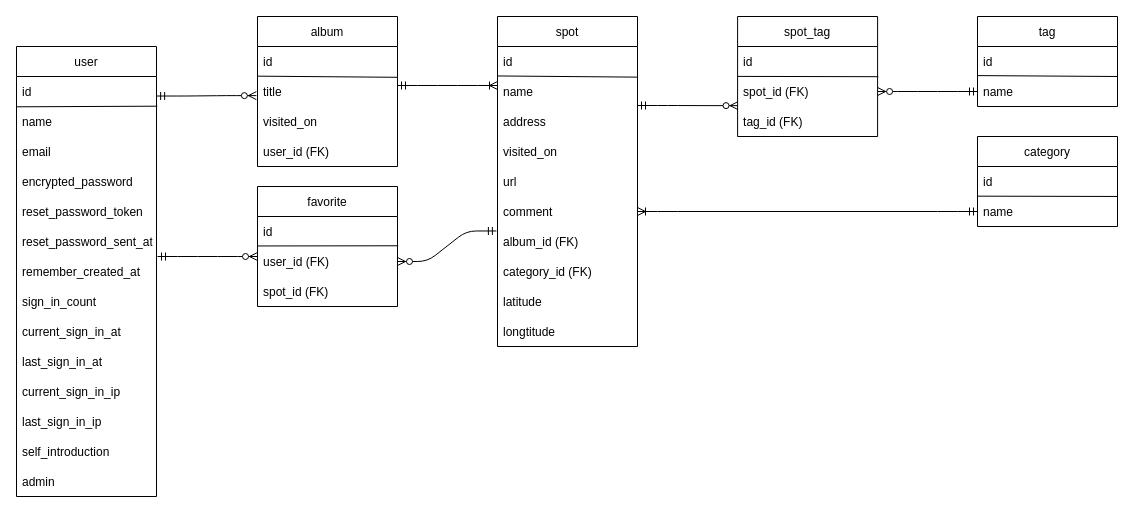
Earlier version of the draw.io diagram page "ERD" (1 of 3) of er.dio (aynminoa/original_app). Source tidied: cells renumbered, new cells numbered last; positions are measured from the earlier drawing's top-left corner, leaving out a move shared by most shapes. Both pictures are drawn from the tidied source at 100%, with x=0, y=0 at pixel (16, 16).
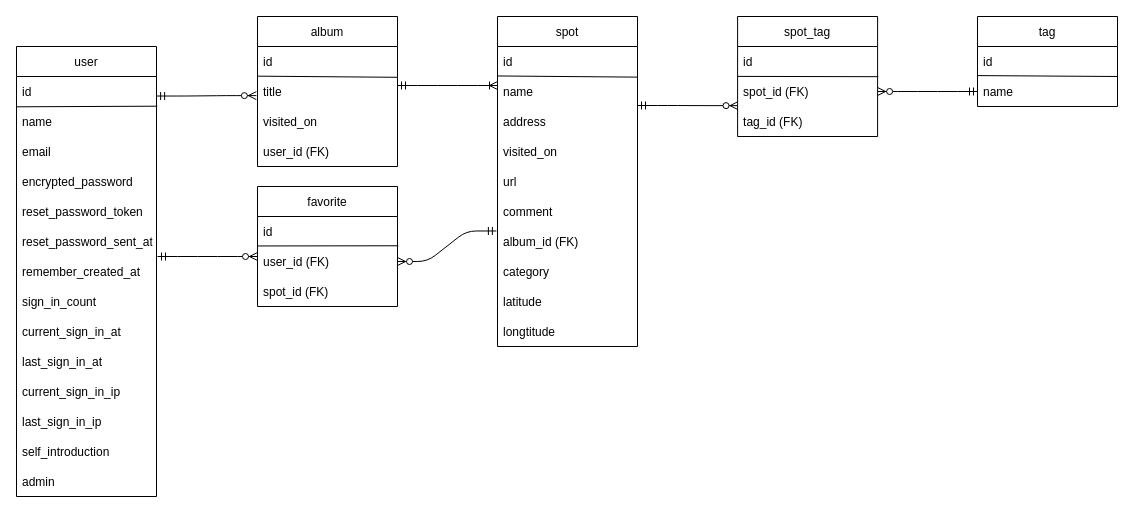
The same page after the edit.

Unchanged cells that the change refers to:
```xml
<mxCell id="18" value="spot" style="swimlane;fontStyle=0;horizontal=1;startSize=30;" parent="1" vertex="1">
  <mxGeometry x="481" width="140" height="330" as="geometry" />
</mxCell>
<mxCell id="24" value="comment" style="text;strokeColor=none;fillColor=none;align=left;verticalAlign=middle;spacingLeft=4;spacingRight=4;overflow=hidden;points=[[0,0.5],[1,0.5]];portConstraint=eastwest;" parent="18" vertex="1">
  <mxGeometry y="180" width="140" height="30" as="geometry" />
</mxCell>
```

Diff of the diagram source:
```diff
@@
-    <mxCell id="26" value="category_id (FK)" style="text;strokeColor=none;fillColor=none;align=left;verticalAlign=middle;spacingLeft=4;spacingRight=4;overflow=hidden;" parent="18" vertex="1">
+    <mxCell id="26" value="category" style="text;strokeColor=none;fillColor=none;align=left;verticalAlign=middle;spacingLeft=4;spacingRight=4;overflow=hidden;" parent="18" vertex="1">
       <mxGeometry y="240" width="140" height="30" as="geometry" />
     </mxCell>
@@
-    <mxCell id="44" value="category" style="swimlane;fontStyle=0;horizontal=1;startSize=30;" parent="1" vertex="1">
-      <mxGeometry x="961" y="120" width="140" height="90" as="geometry" />
-    </mxCell>
-    <mxCell id="45" value="id" style="text;strokeColor=none;fillColor=none;align=left;verticalAlign=middle;spacingLeft=4;spacingRight=4;overflow=hidden;points=[[0,0.5],[1,0.5]];portConstraint=eastwest;" parent="44" vertex="1">
-      <mxGeometry y="30" width="140" height="30" as="geometry" />
-    </mxCell>
-    <mxCell id="46" value="name" style="text;strokeColor=none;fillColor=none;align=left;verticalAlign=middle;spacingLeft=4;spacingRight=4;overflow=hidden;points=[[0,0.5],[1,0.5]];portConstraint=eastwest;" parent="44" vertex="1">
-      <mxGeometry y="60" width="140" height="30" as="geometry" />
-    </mxCell>
-    <mxCell id="47" style="endArrow=none;html=1;exitX=0.002;exitY=-0.011;exitDx=0;exitDy=0;exitPerimeter=0;entryX=1.003;entryY=0.999;entryDx=0;entryDy=0;entryPerimeter=0;" parent="44" edge="1" source="46" target="45">
-      <mxGeometry relative="1" as="geometry" />
-    </mxCell>
@@
-    <mxCell id="60" style="edgeStyle=entityRelationEdgeStyle;fontSize=12;html=1;endArrow=ERoneToMany;startArrow=ERmandOne;entryX=1;entryY=0.5;entryDx=0;entryDy=0;exitX=0;exitY=0.5;exitDx=0;exitDy=0;" parent="1" edge="1" source="46" target="24">
-      <mxGeometry relative="1" as="geometry" />
-    </mxCell>
```
